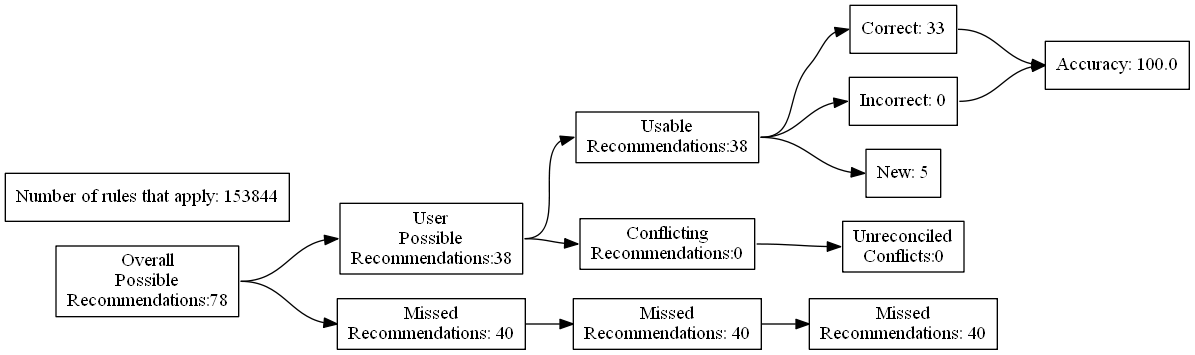
Earlier version of the Graphviz export test_renders/65.gv.png (ZaxR/ibd_diet_analysis). Its source is kept beside it as test_renders/65.gv.
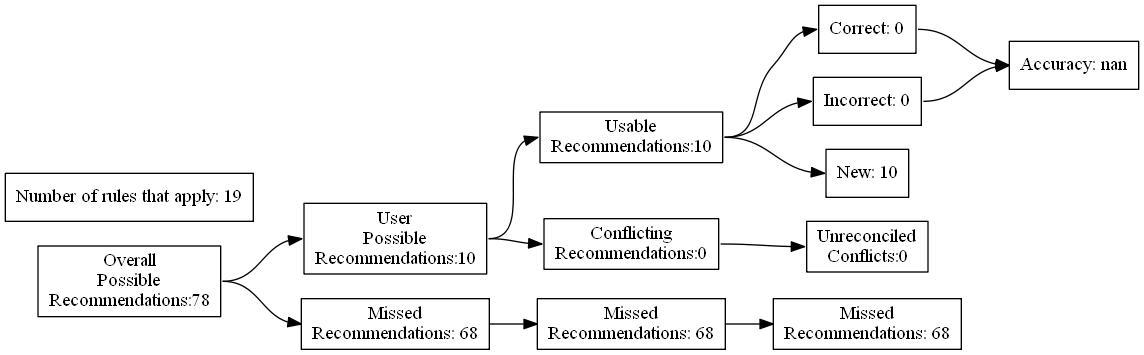
After the change.

The edit, as a diff of the source:
```diff
@@ -7,24 +7,24 @@
 Recommendations:78"]
 		B [label="User
 Possible
-Recommendations:38"]
+Recommendations:10"]
 		C [label="Missed
-Recommendations: 40"]
+Recommendations: 68"]
 		D [label="Usable
-Recommendations:38"]
+Recommendations:10"]
 		E [label="Conflicting
 Recommendations:0"]
 		J [label="Missed
-Recommendations: 40"]
+Recommendations: 68"]
 		M [label="Unreconciled
 Conflicts:0"]
-		F [label="Correct: 33"]
+		F [label="Correct: 0"]
 		G [label="Incorrect: 0"]
-		H [label="New: 5"]
+		H [label="New: 10"]
 		K [label="Missed
-Recommendations: 40"]
-		I [label="Accuracy: 100.0"]
-		l [label="Number of rules that apply: 153844"]
+Recommendations: 68"]
+		I [label="Accuracy: nan"]
+		l [label="Number of rules that apply: 19"]
 			A -> B
 			A -> C
 			B -> D
```
